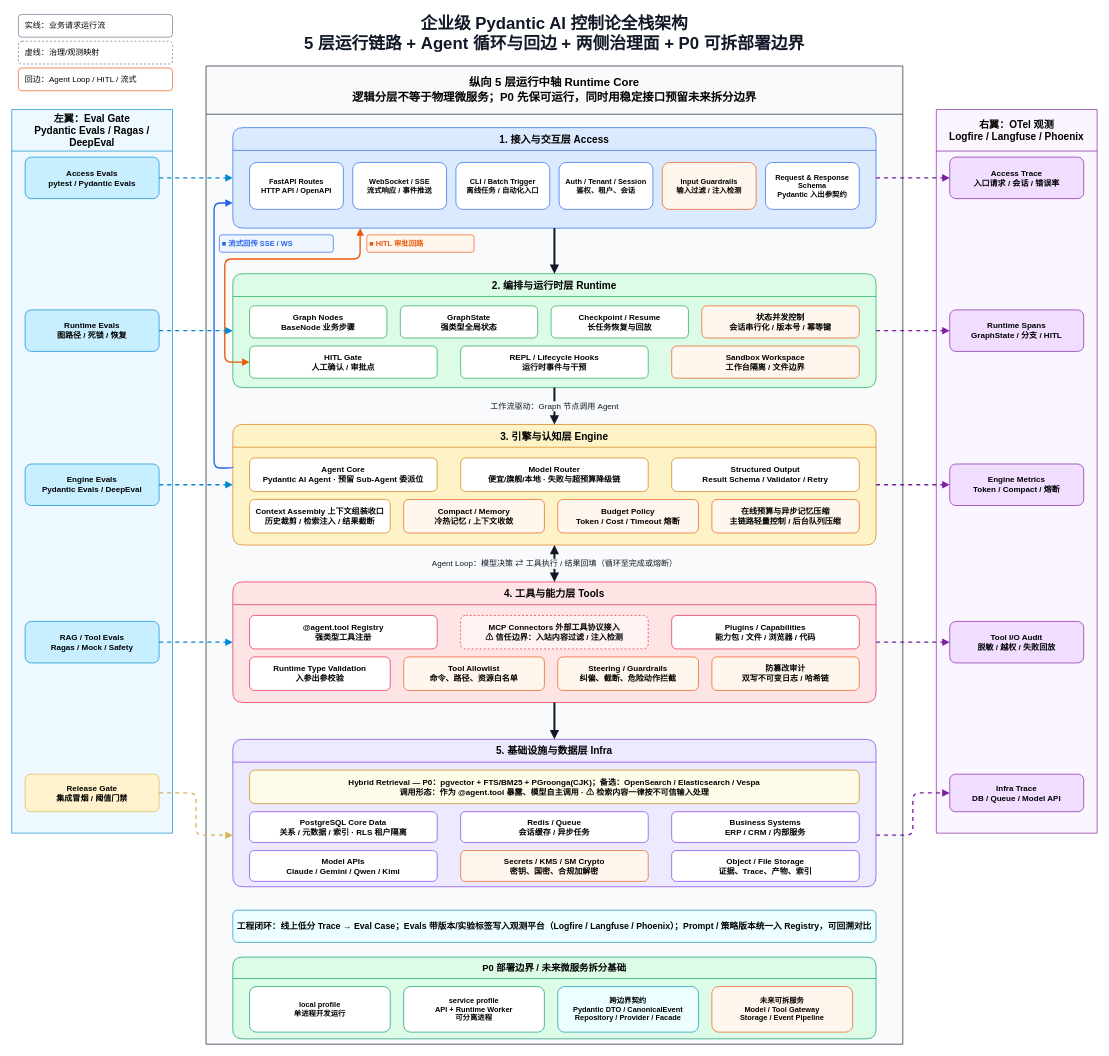
This is docs/architecture/pydantic-ai-agent-architecture.drawio from wdmcheng/agent-harness-layer, a draw.io file, before an edit. Source tidied: cells renumbered, new cells numbered last; positions are measured from the earlier drawing's top-left corner, leaving out a move shared by most shapes. Both pictures are drawn from the tidied source at 67%, with x=0, y=0 at pixel (11, 11).
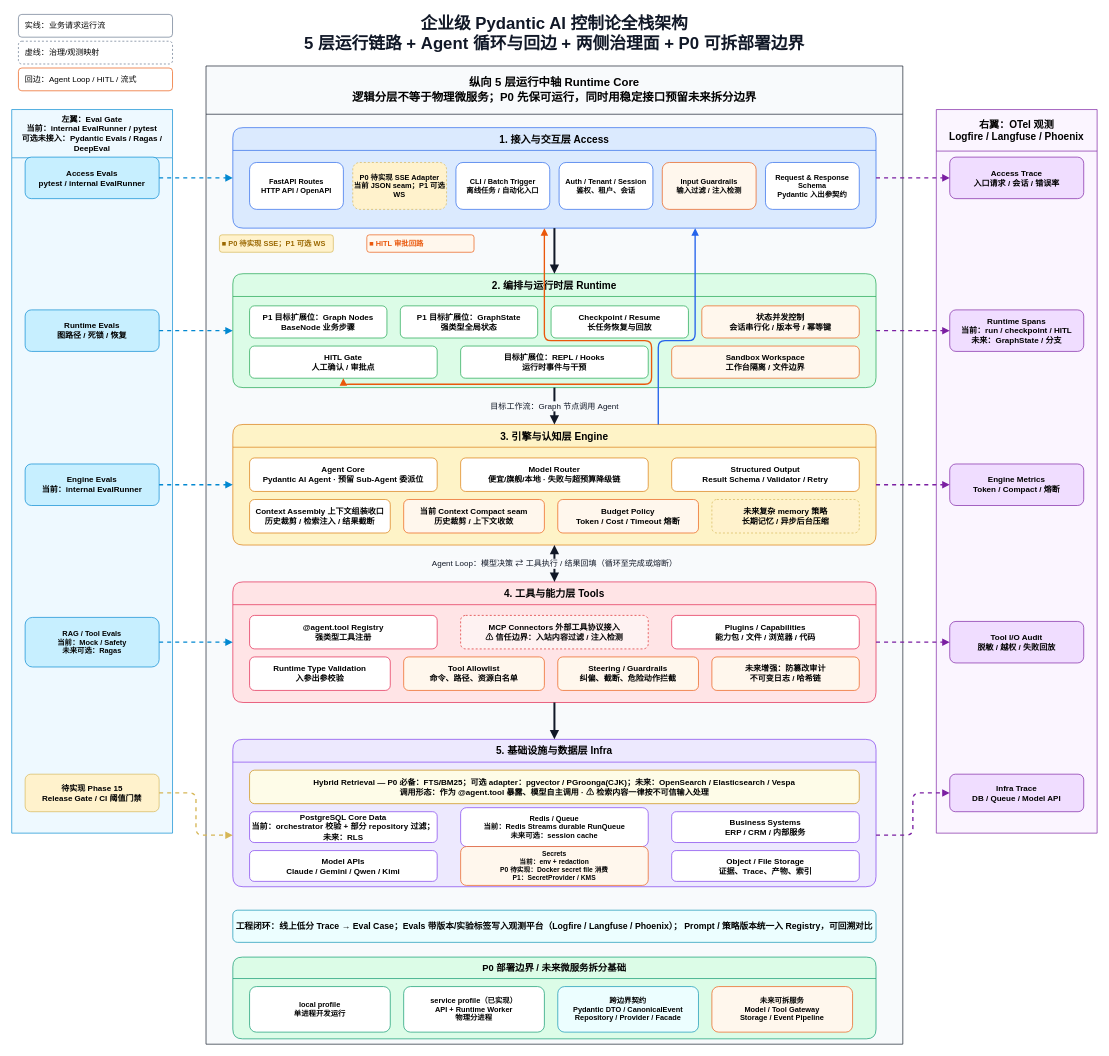
The same diagram, later.

The change refers to these unchanged cells:
```xml
<mxCell id="7" value="纵向 5 层运行中轴 Runtime Core&#10;逻辑分层不等于物理微服务；P0 先保可运行，同时用稳定接口预留未来拆分边界" style="swimlane;whiteSpace=wrap;html=1;rounded=0;startSize=72;fillColor=#f8fafc;strokeColor=#111827;fontSize=17;fontStyle=1;swimlaneFillColor=#f8fafc;" parent="1" vertex="1">
  <mxGeometry x="290" y="81" width="1040" height="1460" as="geometry" />
</mxCell>
<mxCell id="8" value="右翼：OTel 观测&#10;Logfire / Langfuse / Phoenix" style="swimlane;whiteSpace=wrap;html=1;rounded=0;startSize=62;fillColor=#fbf5ff;strokeColor=#7b1fa2;fontSize=15;fontStyle=1;swimlaneFillColor=#fbf5ff;" parent="1" vertex="1">
  <mxGeometry x="1380" y="146" width="240" height="1080" as="geometry" />
</mxCell>
<mxCell id="9" value="1. 接入与交互层 Access" style="swimlane;whiteSpace=wrap;html=1;rounded=1;startSize=34;fillColor=#dbeafe;strokeColor=#2563eb;fontSize=15;fontStyle=1;swimlaneFillColor=#dbeafe;" parent="7" vertex="1">
  <mxGeometry x="40" y="92" width="960" height="150" as="geometry" />
</mxCell>
<mxCell id="16" value="2. 编排与运行时层 Runtime" style="swimlane;whiteSpace=wrap;html=1;rounded=1;startSize=34;fillColor=#dcfce7;strokeColor=#16a34a;fontSize=15;fontStyle=1;swimlaneFillColor=#dcfce7;" parent="7" vertex="1">
  <mxGeometry x="40" y="310" width="960" height="170" as="geometry" />
</mxCell>
<mxCell id="21" value="HITL Gate&#10;人工确认 / 审批点" style="rounded=1;whiteSpace=wrap;html=1;fillColor=#ffffff;strokeColor=#16a34a;fontSize=12;fontStyle=1;" parent="16" vertex="1">
  <mxGeometry x="25" y="108" width="280" height="48" as="geometry" />
</mxCell>
<mxCell id="24" value="3. 引擎与认知层 Engine" style="swimlane;whiteSpace=wrap;html=1;rounded=1;startSize=34;fillColor=#fef3c7;strokeColor=#d97706;fontSize=15;fontStyle=1;swimlaneFillColor=#fef3c7;" parent="7" vertex="1">
  <mxGeometry x="40" y="535" width="960" height="180" as="geometry" />
</mxCell>
<mxCell id="32" value="4. 工具与能力层 Tools" style="swimlane;whiteSpace=wrap;html=1;rounded=1;startSize=34;fillColor=#ffe4e6;strokeColor=#e11d48;fontSize=15;fontStyle=1;swimlaneFillColor=#ffe4e6;" parent="7" vertex="1">
  <mxGeometry x="40" y="770" width="960" height="180" as="geometry" />
</mxCell>
<mxCell id="40" value="5. 基础设施与数据层 Infra" style="swimlane;whiteSpace=wrap;html=1;rounded=1;startSize=34;fillColor=#ede9fe;strokeColor=#7c3aed;fontSize=15;fontStyle=1;swimlaneFillColor=#ede9fe;" parent="7" vertex="1">
  <mxGeometry x="40" y="1005" width="960" height="220" as="geometry" />
</mxCell>
<mxCell id="49" value="P0 部署边界 / 未来微服务拆分基础" style="swimlane;whiteSpace=wrap;html=1;rounded=1;startSize=32;fillColor=#dcfce7;strokeColor=#059669;fontSize=14;fontStyle=1;swimlaneFillColor=#dcfce7;" parent="7" vertex="1">
  <mxGeometry x="40" y="1330" width="960" height="122" as="geometry" />
</mxCell>
```

Change to the diagram source:
```diff
@@
-    <mxCell id="6" value="左翼：Eval Gate&#10;Pydantic Evals / Ragas / DeepEval" style="swimlane;whiteSpace=wrap;html=1;rounded=0;startSize=62;fillColor=#eef9ff;strokeColor=#0288d1;fontSize=15;fontStyle=1;swimlaneFillColor=#eef9ff;" parent="1" vertex="1">
+    <mxCell id="6" value="左翼：Eval Gate&#10;当前：internal EvalRunner / pytest&#10;可选未接入：Pydantic Evals / Ragas / DeepEval" style="swimlane;whiteSpace=wrap;html=1;rounded=0;startSize=72;fillColor=#eef9ff;strokeColor=#0288d1;fontSize=12;fontStyle=1;swimlaneFillColor=#eef9ff;" parent="1" vertex="1">
       <mxGeometry y="146" width="240" height="1080" as="geometry" />
     </mxCell>
@@
-    <mxCell id="11" value="WebSocket / SSE&#10;流式响应 / 事件推送" style="rounded=1;whiteSpace=wrap;html=1;fillColor=#ffffff;strokeColor=#2563eb;fontSize=11;fontStyle=1;" parent="9" vertex="1">
+    <mxCell id="11" value="P0 待实现 SSE Adapter&#10;当前 JSON seam；P1 可选 WS" style="rounded=1;whiteSpace=wrap;html=1;fillColor=#fff2cc;strokeColor=#d6b656;fontSize=11;fontStyle=1;dashed=1;" parent="9" vertex="1">
       <mxGeometry x="179" y="52" width="140" height="70" as="geometry" />
     </mxCell>
@@
-    <mxCell id="17" value="Graph Nodes&#10;BaseNode 业务步骤" style="rounded=1;whiteSpace=wrap;html=1;fillColor=#ffffff;strokeColor=#16a34a;fontSize=12;fontStyle=1;" parent="16" vertex="1">
+    <mxCell id="17" value="P1 目标扩展位：Graph Nodes&#10;BaseNode 业务步骤" style="rounded=1;whiteSpace=wrap;html=1;fillColor=#ffffff;strokeColor=#16a34a;fontSize=12;fontStyle=1;" parent="16" vertex="1">
       <mxGeometry x="25" y="48" width="205" height="48" as="geometry" />
     </mxCell>
-    <mxCell id="18" value="GraphState&#10;强类型全局状态" style="rounded=1;whiteSpace=wrap;html=1;fillColor=#ffffff;strokeColor=#16a34a;fontSize=12;fontStyle=1;" parent="16" vertex="1">
+    <mxCell id="18" value="P1 目标扩展位：GraphState&#10;强类型全局状态" style="rounded=1;whiteSpace=wrap;html=1;fillColor=#ffffff;strokeColor=#16a34a;fontSize=12;fontStyle=1;" parent="16" vertex="1">
       <mxGeometry x="250" y="48" width="205" height="48" as="geometry" />
     </mxCell>
@@
-    <mxCell id="22" value="REPL / Lifecycle Hooks&#10;运行时事件与干预" style="rounded=1;whiteSpace=wrap;html=1;fillColor=#ffffff;strokeColor=#16a34a;fontSize=12;fontStyle=1;" parent="16" vertex="1">
+    <mxCell id="22" value="目标扩展位：REPL / Hooks&#10;运行时事件与干预" style="rounded=1;whiteSpace=wrap;html=1;fillColor=#ffffff;strokeColor=#16a34a;fontSize=12;fontStyle=1;" parent="16" vertex="1">
       <mxGeometry x="340" y="108" width="280" height="48" as="geometry" />
     </mxCell>
@@
-    <mxCell id="29" value="Compact / Memory&#10;冷热记忆 / 上下文收敛" style="rounded=1;whiteSpace=wrap;html=1;fillColor=#fff7ed;strokeColor=#ea580c;fontSize=12;fontStyle=1;" parent="24" vertex="1">
+    <mxCell id="29" value="当前 Context Compact seam&#10;历史裁剪 / 上下文收敛" style="rounded=1;whiteSpace=wrap;html=1;fillColor=#fff7ed;strokeColor=#ea580c;fontSize=12;fontStyle=1;" parent="24" vertex="1">
       <mxGeometry x="255" y="112" width="210" height="50" as="geometry" />
     </mxCell>
@@
-    <mxCell id="31" value="在线预算与异步记忆压缩&#10;主链路轻量控制 / 后台队列压缩" style="rounded=1;whiteSpace=wrap;html=1;fillColor=#fff7ed;strokeColor=#ea580c;fontSize=12;fontStyle=1;" parent="24" vertex="1">
+    <mxCell id="31" value="未来复杂 memory 策略&#10;长期记忆 / 异步后台压缩" style="rounded=1;whiteSpace=wrap;html=1;fillColor=#fff2cc;strokeColor=#d6b656;fontSize=12;fontStyle=1;dashed=1;" parent="24" vertex="1">
       <mxGeometry x="715" y="112" width="220" height="50" as="geometry" />
     </mxCell>
@@
-    <mxCell id="39" value="防篡改审计&#10;双写不可变日志 / 哈希链" style="rounded=1;whiteSpace=wrap;html=1;fillColor=#fff7ed;strokeColor=#ea580c;fontSize=12;fontStyle=1;" parent="32" vertex="1">
+    <mxCell id="39" value="未来增强：防篡改审计&#10;不可变日志 / 哈希链" style="rounded=1;whiteSpace=wrap;html=1;fillColor=#fff7ed;strokeColor=#ea580c;fontSize=12;fontStyle=1;" parent="32" vertex="1">
       <mxGeometry x="715" y="112" width="220" height="50" as="geometry" />
     </mxCell>
@@
-    <mxCell id="41" value="Hybrid Retrieval — P0：pgvector + FTS/BM25 + PGroonga(CJK)；备选：OpenSearch / Elasticsearch / Vespa&#10;调用形态：作为 @agent.tool 暴露、模型自主调用 · ⚠ 检索内容一律按不可信输入处理" style="rounded=1;whiteSpace=wrap;html=1;fillColor=#fefce8;strokeColor=#ca8a04;fontSize=12;fontStyle=1;" parent="40" vertex="1">
+    <mxCell id="41" value="Hybrid Retrieval — P0 必备：FTS/BM25；可选 adapter：pgvector / PGroonga(CJK)；未来：OpenSearch / Elasticsearch / Vespa&#10;调用形态：作为 @agent.tool 暴露、模型自主调用 · ⚠ 检索内容一律按不可信输入处理" style="rounded=1;whiteSpace=wrap;html=1;fillColor=#fefce8;strokeColor=#ca8a04;fontSize=12;fontStyle=1;" parent="40" vertex="1">
       <mxGeometry x="25" y="46" width="910" height="50" as="geometry" />
     </mxCell>
-    <mxCell id="42" value="PostgreSQL Core Data&#10;关系 / 元数据 / 索引 · RLS 租户隔离" style="rounded=1;whiteSpace=wrap;html=1;fillColor=#ffffff;strokeColor=#7c3aed;fontSize=12;fontStyle=1;" parent="40" vertex="1">
+    <mxCell id="42" value="PostgreSQL Core Data&#10;当前：orchestrator 校验 + 部分 repository 过滤；未来：RLS" style="rounded=1;whiteSpace=wrap;html=1;fillColor=#ffffff;strokeColor=#7c3aed;fontSize=12;fontStyle=1;" parent="40" vertex="1">
       <mxGeometry x="25" y="108" width="280" height="46" as="geometry" />
     </mxCell>
-    <mxCell id="43" value="Redis / Queue&#10;会话缓存 / 异步任务" style="rounded=1;whiteSpace=wrap;html=1;fillColor=#ffffff;strokeColor=#7c3aed;fontSize=12;fontStyle=1;" parent="40" vertex="1">
-      <mxGeometry x="340" y="108" width="280" height="46" as="geometry" />
+    <mxCell id="43" value="Redis / Queue&#10;当前：Redis Streams durable RunQueue&#10;未来可选：session cache" style="rounded=1;whiteSpace=wrap;html=1;fillColor=#ffffff;strokeColor=#7c3aed;fontSize=11;fontStyle=1;" parent="40" vertex="1">
+      <mxGeometry x="340" y="102" width="280" height="58" as="geometry" />
     </mxCell>
@@
-    <mxCell id="46" value="Secrets / KMS / SM Crypto&#10;密钥、国密、合规加解密" style="rounded=1;whiteSpace=wrap;html=1;fillColor=#fff7ed;strokeColor=#ea580c;fontSize=12;fontStyle=1;" parent="40" vertex="1">
-      <mxGeometry x="340" y="166" width="280" height="46" as="geometry" />
+    <mxCell id="46" value="Secrets&#10;当前：env + redaction&#10;P0 待实现：Docker secret file 消费&#10;P1：SecretProvider / KMS" style="rounded=1;whiteSpace=wrap;html=1;fillColor=#fff7ed;strokeColor=#ea580c;fontSize=10;fontStyle=1;" parent="40" vertex="1">
+      <mxGeometry x="340" y="160" width="280" height="58" as="geometry" />
     </mxCell>
@@
-    <mxCell id="48" value="工程闭环：线上低分 Trace → Eval Case；Evals 带版本/实验标签写入观测平台（Logfire / Langfuse / Phoenix）；Prompt / 策略版本统一入 Registry，可回溯对比" style="rounded=1;whiteSpace=wrap;html=1;fillColor=#ecfeff;strokeColor=#0891b2;fontSize=13;fontStyle=1;" parent="7" vertex="1">
+    <mxCell id="48" value="工程闭环：线上低分 Trace → Eval Case；Evals 带版本/实验标签写入观测平台（Logfire / Langfuse / Phoenix）； Prompt / 策略版本统一入 Registry，可回溯对比" style="rounded=1;whiteSpace=wrap;html=1;fillColor=#ecfeff;strokeColor=#0891b2;fontSize=13;fontStyle=1;" parent="7" vertex="1">
       <mxGeometry x="40" y="1260" width="960" height="48" as="geometry" />
     </mxCell>
@@
-    <mxCell id="51" value="service profile&#10;API + Runtime Worker&#10;可分离进程" style="rounded=1;whiteSpace=wrap;html=1;fillColor=#ffffff;strokeColor=#059669;fontSize=11;fontStyle=1;" parent="49" vertex="1">
+    <mxCell id="51" value="service profile（已实现）&#10;API + Runtime Worker&#10;物理分进程" style="rounded=1;whiteSpace=wrap;html=1;fillColor=#ffffff;strokeColor=#059669;fontSize=11;fontStyle=1;" parent="49" vertex="1">
       <mxGeometry x="255" y="44" width="210" height="68" as="geometry" />
     </mxCell>
@@
-    <mxCell id="54" value="Access Evals&#10;pytest / Pydantic Evals" style="rounded=1;whiteSpace=wrap;html=1;fillColor=#c7efff;strokeColor=#0288d1;fontSize=12;fontStyle=1;" parent="6" vertex="1">
+    <mxCell id="54" value="Access Evals&#10;pytest / internal EvalRunner" style="rounded=1;whiteSpace=wrap;html=1;fillColor=#c7efff;strokeColor=#0288d1;fontSize=12;fontStyle=1;" parent="6" vertex="1">
       <mxGeometry x="20" y="71" width="200" height="62" as="geometry" />
     </mxCell>
@@
-    <mxCell id="56" value="Engine Evals&#10;Pydantic Evals / DeepEval" style="rounded=1;whiteSpace=wrap;html=1;fillColor=#c7efff;strokeColor=#0288d1;fontSize=12;fontStyle=1;" parent="6" vertex="1">
+    <mxCell id="56" value="Engine Evals&#10;当前：internal EvalRunner" style="rounded=1;whiteSpace=wrap;html=1;fillColor=#c7efff;strokeColor=#0288d1;fontSize=12;fontStyle=1;" parent="6" vertex="1">
       <mxGeometry x="20" y="529" width="200" height="62" as="geometry" />
     </mxCell>
-    <mxCell id="57" value="RAG / Tool Evals&#10;Ragas / Mock / Safety" style="rounded=1;whiteSpace=wrap;html=1;fillColor=#c7efff;strokeColor=#0288d1;fontSize=12;fontStyle=1;" parent="6" vertex="1">
-      <mxGeometry x="20" y="764" width="200" height="62" as="geometry" />
+    <mxCell id="57" value="RAG / Tool Evals&#10;当前：Mock / Safety&#10;未来可选：Ragas" style="rounded=1;whiteSpace=wrap;html=1;fillColor=#c7efff;strokeColor=#0288d1;fontSize=11;fontStyle=1;" parent="6" vertex="1">
+      <mxGeometry x="20" y="758" width="200" height="74" as="geometry" />
     </mxCell>
-    <mxCell id="58" value="Release Gate&#10;集成冒烟 / 阈值门禁" style="rounded=1;whiteSpace=wrap;html=1;fillColor=#fff2cc;strokeColor=#d6b656;fontSize=12;fontStyle=1;" parent="6" vertex="1">
+    <mxCell id="58" value="待实现 Phase 15&#10;Release Gate / CI 阈值门禁" style="rounded=1;whiteSpace=wrap;html=1;fillColor=#fff2cc;strokeColor=#d6b656;fontSize=12;fontStyle=1;" parent="6" vertex="1">
       <mxGeometry x="20" y="992" width="200" height="56" as="geometry" />
     </mxCell>
@@
-    <mxCell id="60" value="Runtime Spans&#10;GraphState / 分支 / HITL" style="rounded=1;whiteSpace=wrap;html=1;fillColor=#f0ddff;strokeColor=#7b1fa2;fontSize=12;fontStyle=1;" parent="8" vertex="1">
+    <mxCell id="60" value="Runtime Spans&#10;当前：run / checkpoint / HITL&#10;未来：GraphState / 分支" style="rounded=1;whiteSpace=wrap;html=1;fillColor=#f0ddff;strokeColor=#7b1fa2;fontSize=12;fontStyle=1;" parent="8" vertex="1">
       <mxGeometry x="20" y="299" width="200" height="62" as="geometry" />
     </mxCell>
@@
-    <mxCell id="65" value="工作流驱动：Graph 节点调用 Agent" style="edgeStyle=orthogonalEdgeStyle;rounded=1;jettySize=auto;html=1;exitX=0.5;exitY=1;entryX=0.5;entryY=0;endArrow=block;endFill=1;strokeColor=#111827;strokeWidth=3;fontSize=12;fontColor=#111827;labelBackgroundColor=#f8fafc;" parent="7" edge="1" source="16" target="24">
+    <mxCell id="65" value="目标工作流：Graph 节点调用 Agent" style="edgeStyle=orthogonalEdgeStyle;rounded=1;jettySize=auto;html=1;exitX=0.5;exitY=1;entryX=0.5;entryY=0;endArrow=block;endFill=1;strokeColor=#111827;strokeWidth=3;fontSize=12;fontColor=#111827;labelBackgroundColor=#f8fafc;" parent="7" edge="1" source="16" target="24">
       <mxGeometry relative="1" as="geometry" />
     </mxCell>
@@
-    <mxCell id="68" style="edgeStyle=orthogonalEdgeStyle;rounded=1;jettySize=auto;html=1;exitX=0;exitY=0.35;entryX=0;entryY=0.75;endArrow=block;endFill=1;strokeColor=#2563eb;strokeWidth=2;" parent="1" edge="1" source="24" target="9">
+    <mxCell id="68" style="edgeStyle=orthogonalEdgeStyle;rounded=1;jettySize=auto;html=1;exitX=0.661458;exitY=0;entryX=0.71875;entryY=1;endArrow=block;endFill=1;strokeColor=#2563eb;strokeWidth=2;" parent="1" edge="1" source="24" target="9">
       <mxGeometry relative="1" as="geometry">
         <Array as="points">
-          <mxPoint x="302" y="681" />
-          <mxPoint x="302" y="286" />
+          <mxPoint x="965" y="491" />
+          <mxPoint x="1020" y="491" />
         </Array>
       </mxGeometry>
     </mxCell>
-    <mxCell id="69" style="edgeStyle=orthogonalEdgeStyle;rounded=1;orthogonalLoop=1;jettySize=auto;html=1;endArrow=block;endFill=1;startArrow=block;startFill=1;strokeColor=#ea580c;strokeWidth=2;" parent="1" edge="1">
+    <mxCell id="69" style="edgeStyle=orthogonalEdgeStyle;rounded=1;jettySize=auto;html=1;exitX=0.5;exitY=1;entryX=0.484375;entryY=1;endArrow=block;endFill=1;startArrow=block;startFill=1;strokeColor=#ea580c;strokeWidth=2;" parent="1" edge="1" source="21" target="9">
       <mxGeometry relative="1" as="geometry">
-        <mxPoint x="355" y="523" as="sourcePoint" />
-        <mxPoint x="520" y="323" as="targetPoint" />
         <Array as="points">
-          <mxPoint x="318" y="523" />
-          <mxPoint x="318" y="369" />
-          <mxPoint x="520" y="369" />
+          <mxPoint x="495" y="556" />
+          <mxPoint x="955" y="556" />
+          <mxPoint x="955" y="491" />
+          <mxPoint x="795" y="491" />
         </Array>
       </mxGeometry>
     </mxCell>
-    <mxCell id="70" value="■ 流式回传 SSE / WS" style="rounded=1;whiteSpace=wrap;html=1;fillColor=#eff6ff;strokeColor=#2563eb;fontSize=11;fontColor=#2563eb;fontStyle=1;spacing=4;align=left;" parent="7" vertex="1">
+    <mxCell id="70" value="■ P0 待实现 SSE；P1 可选 WS" style="rounded=1;whiteSpace=wrap;html=1;fillColor=#fff2cc;strokeColor=#d6b656;fontSize=11;fontColor=#9a6700;fontStyle=1;spacing=4;align=left;" parent="7" vertex="1">
       <mxGeometry x="20" y="252" width="170" height="26" as="geometry" />
     </mxCell>
```
